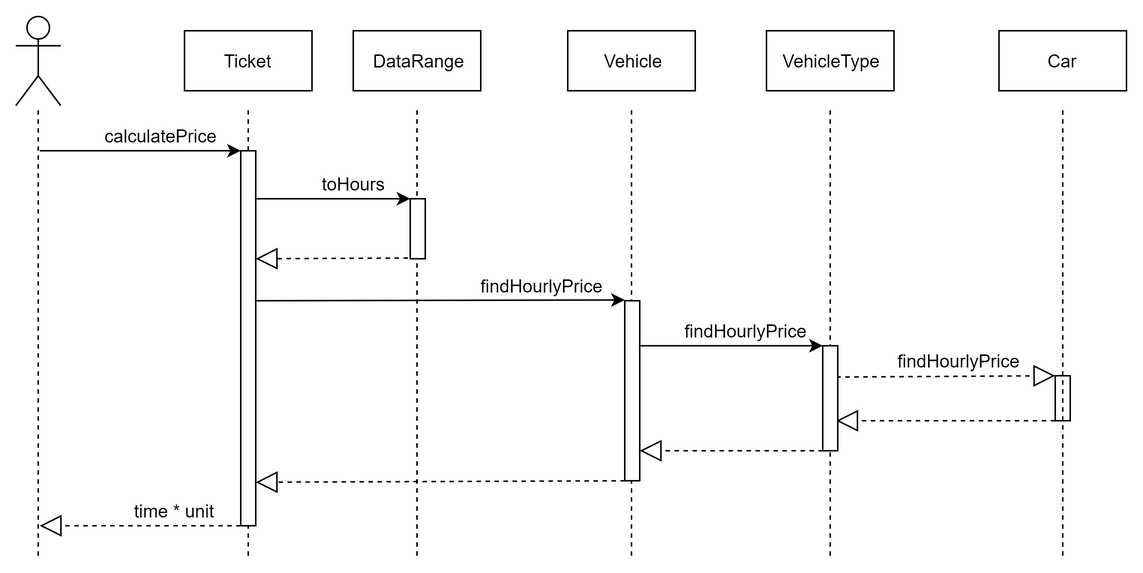
Above: Διάγραμμα Ακολουθίας της Μεθόδου calculatePrice της κλάσης Ticket.png in paraskevasleivadaros/SE-Exercise-3 (draw.io), before the change. Source tidied: cells renumbered, new cells last; positions are measured from the earlier drawing's top-left corner, leaving out a move shared by most shapes. Source of this version:
```xml
<mxGraphModel>
  <root>
    <mxCell id="0" />
    <mxCell id="1" parent="0" />
    <mxCell id="2" value="&lt;br&gt;&lt;br&gt;" style="shape=umlActor;verticalLabelPosition=bottom;labelBackgroundColor=#ffffff;verticalAlign=top;html=1;" parent="1" vertex="1">
      <mxGeometry width="30" height="60" as="geometry" />
    </mxCell>
    <mxCell id="3" style="endArrow=none;dashed=1;html=1;" parent="1" edge="1">
      <mxGeometry relative="1" as="geometry">
        <mxPoint x="15" y="360" as="sourcePoint" />
        <mxPoint x="15" y="60" as="targetPoint" />
      </mxGeometry>
    </mxCell>
    <mxCell id="4" style="endArrow=classic;html=1;" parent="1" edge="1">
      <mxGeometry relative="1" as="geometry">
        <mxPoint x="16" y="90" as="sourcePoint" />
        <mxPoint x="150" y="90" as="targetPoint" />
      </mxGeometry>
    </mxCell>
    <mxCell id="5" value="calculatePrice" style="text;html=1;strokeColor=none;fillColor=none;align=center;verticalAlign=middle;whiteSpace=wrap;rounded=0;" parent="1" vertex="1">
      <mxGeometry x="56" y="70" width="80" height="20" as="geometry" />
    </mxCell>
    <mxCell id="6" style="endArrow=block;dashed=1;endFill=0;endSize=12;html=1;" parent="1" edge="1">
      <mxGeometry relative="1" as="geometry">
        <mxPoint x="150" y="340" as="sourcePoint" />
        <mxPoint x="16" y="340" as="targetPoint" />
      </mxGeometry>
    </mxCell>
    <mxCell id="7" value=" time * unit" style="text;html=1;strokeColor=none;fillColor=none;align=center;verticalAlign=middle;whiteSpace=wrap;rounded=0;" parent="1" vertex="1">
      <mxGeometry x="76" y="320" width="60" height="20" as="geometry" />
    </mxCell>
    <mxCell id="8" style="endArrow=none;dashed=1;html=1;" parent="1" edge="1">
      <mxGeometry relative="1" as="geometry">
        <mxPoint x="155" y="360" as="sourcePoint" />
        <mxPoint x="155" y="60" as="targetPoint" />
      </mxGeometry>
    </mxCell>
    <mxCell id="9" style="html=1;points=[];perimeter=orthogonalPerimeter;" parent="1" vertex="1">
      <mxGeometry x="150" y="90" width="10" height="250" as="geometry" />
    </mxCell>
    <mxCell id="10" value="Ticket" style="rounded=0;whiteSpace=wrap;html=1;" parent="1" vertex="1">
      <mxGeometry x="112.5" y="10" width="85" height="40" as="geometry" />
    </mxCell>
    <mxCell id="11" style="endArrow=none;dashed=1;html=1;" parent="1" edge="1">
      <mxGeometry relative="1" as="geometry">
        <mxPoint x="267.5" y="360" as="sourcePoint" />
        <mxPoint x="267.5" y="60" as="targetPoint" />
      </mxGeometry>
    </mxCell>
    <mxCell id="12" value="DataRange" style="rounded=0;whiteSpace=wrap;html=1;" parent="1" vertex="1">
      <mxGeometry x="225" y="10" width="85" height="40" as="geometry" />
    </mxCell>
    <mxCell id="13" style="endArrow=classic;html=1;" parent="1" edge="1" source="9">
      <mxGeometry relative="1" as="geometry">
        <mxPoint x="263" y="122" as="targetPoint" />
      </mxGeometry>
    </mxCell>
    <mxCell id="14" value="toHours" style="text;html=1;strokeColor=none;fillColor=none;align=center;verticalAlign=middle;whiteSpace=wrap;rounded=0;" parent="1" vertex="1">
      <mxGeometry x="210" y="102" width="30" height="20" as="geometry" />
    </mxCell>
    <mxCell id="15" style="endArrow=none;dashed=1;html=1;" parent="1" edge="1">
      <mxGeometry relative="1" as="geometry">
        <mxPoint x="410.5" y="360" as="sourcePoint" />
        <mxPoint x="410.5" y="60" as="targetPoint" />
      </mxGeometry>
    </mxCell>
    <mxCell id="16" style="html=1;points=[];perimeter=orthogonalPerimeter;" parent="1" vertex="1">
      <mxGeometry x="406" y="190" width="10" height="120" as="geometry" />
    </mxCell>
    <mxCell id="17" value="Vehicle" style="rounded=0;whiteSpace=wrap;html=1;" parent="1" vertex="1">
      <mxGeometry x="368" y="10" width="85" height="40" as="geometry" />
    </mxCell>
    <mxCell id="18" value="findHourlyPrice" style="text;html=1;strokeColor=none;fillColor=none;align=center;verticalAlign=middle;whiteSpace=wrap;rounded=0;" parent="1" vertex="1">
      <mxGeometry x="301" y="170" width="100" height="20" as="geometry" />
    </mxCell>
    <mxCell id="19" style="endArrow=classic;html=1;exitX=0.96;exitY=0.399;exitDx=0;exitDy=0;exitPerimeter=0;" parent="1" edge="1" source="9">
      <mxGeometry relative="1" as="geometry">
        <mxPoint x="406" y="189.5" as="targetPoint" />
      </mxGeometry>
    </mxCell>
    <mxCell id="20" style="endArrow=block;dashed=1;endFill=0;endSize=12;html=1;" parent="1" edge="1">
      <mxGeometry relative="1" as="geometry">
        <mxPoint x="267.5" y="161.5" as="sourcePoint" />
        <mxPoint x="160" y="162" as="targetPoint" />
      </mxGeometry>
    </mxCell>
    <mxCell id="21" style="endArrow=block;dashed=1;endFill=0;endSize=12;html=1;exitX=0.6;exitY=1;exitDx=0;exitDy=0;exitPerimeter=0;" parent="1" edge="1" source="16">
      <mxGeometry relative="1" as="geometry">
        <mxPoint x="160" y="311" as="targetPoint" />
      </mxGeometry>
    </mxCell>
    <mxCell id="22" value="findHourlyPrice" style="text;html=1;strokeColor=none;fillColor=none;align=center;verticalAlign=middle;whiteSpace=wrap;rounded=0;" parent="1" vertex="1">
      <mxGeometry x="437" y="199.5" width="100" height="20" as="geometry" />
    </mxCell>
    <mxCell id="23" style="endArrow=classic;html=1;" parent="1" edge="1">
      <mxGeometry relative="1" as="geometry">
        <mxPoint x="416" y="220" as="sourcePoint" />
        <mxPoint x="538" y="220" as="targetPoint" />
      </mxGeometry>
    </mxCell>
    <mxCell id="24" style="endArrow=block;dashed=1;endFill=0;endSize=12;html=1;exitX=0.6;exitY=1;exitDx=0;exitDy=0;exitPerimeter=0;" parent="1" edge="1" source="34">
      <mxGeometry relative="1" as="geometry">
        <mxPoint x="416" y="290" as="targetPoint" />
      </mxGeometry>
    </mxCell>
    <mxCell id="25" style="endArrow=none;dashed=1;html=1;" parent="1" edge="1">
      <mxGeometry relative="1" as="geometry">
        <mxPoint x="543" y="360" as="sourcePoint" />
        <mxPoint x="543" y="60" as="targetPoint" />
      </mxGeometry>
    </mxCell>
    <mxCell id="26" value="VehicleType" style="rounded=0;whiteSpace=wrap;html=1;" parent="1" vertex="1">
      <mxGeometry x="500.5" y="10" width="85" height="40" as="geometry" />
    </mxCell>
    <mxCell id="27" style="html=1;points=[];perimeter=orthogonalPerimeter;" parent="1" vertex="1">
      <mxGeometry x="693" y="240" width="10" height="30" as="geometry" />
    </mxCell>
    <mxCell id="28" value="findHourlyPrice" style="text;html=1;strokeColor=none;fillColor=none;align=center;verticalAlign=middle;whiteSpace=wrap;rounded=0;" parent="1" vertex="1">
      <mxGeometry x="584" y="220" width="90" height="20" as="geometry" />
    </mxCell>
    <mxCell id="29" style="endArrow=block;dashed=1;endFill=0;endSize=12;html=1;exitX=0.6;exitY=1;exitDx=0;exitDy=0;exitPerimeter=0;entryX=0.9;entryY=0.714;entryDx=0;entryDy=0;entryPerimeter=0;" parent="1" edge="1" source="27" target="34">
      <mxGeometry relative="1" as="geometry" />
    </mxCell>
    <mxCell id="30" style="endArrow=none;dashed=1;html=1;" parent="1" edge="1">
      <mxGeometry relative="1" as="geometry">
        <mxPoint x="698" y="360" as="sourcePoint" />
        <mxPoint x="698" y="60" as="targetPoint" />
      </mxGeometry>
    </mxCell>
    <mxCell id="31" value="Car" style="rounded=0;whiteSpace=wrap;html=1;" parent="1" vertex="1">
      <mxGeometry x="655.5" y="10" width="85" height="40" as="geometry" />
    </mxCell>
    <mxCell id="32" style="endArrow=block;dashed=1;endFill=0;endSize=12;html=1;exitX=0.9;exitY=0.3;exitDx=0;exitDy=0;exitPerimeter=0;" parent="1" edge="1" source="34">
      <mxGeometry relative="1" as="geometry">
        <mxPoint x="693" y="240" as="targetPoint" />
      </mxGeometry>
    </mxCell>
    <mxCell id="33" style="html=1;perimeter=orthogonalPerimeter;" parent="1" vertex="1">
      <mxGeometry x="263" y="122" width="10" height="40" as="geometry" />
    </mxCell>
    <mxCell id="34" style="html=1;points=[];perimeter=orthogonalPerimeter;" parent="1" vertex="1">
      <mxGeometry x="538" y="220" width="10" height="70" as="geometry" />
    </mxCell>
  </root>
</mxGraphModel>
```
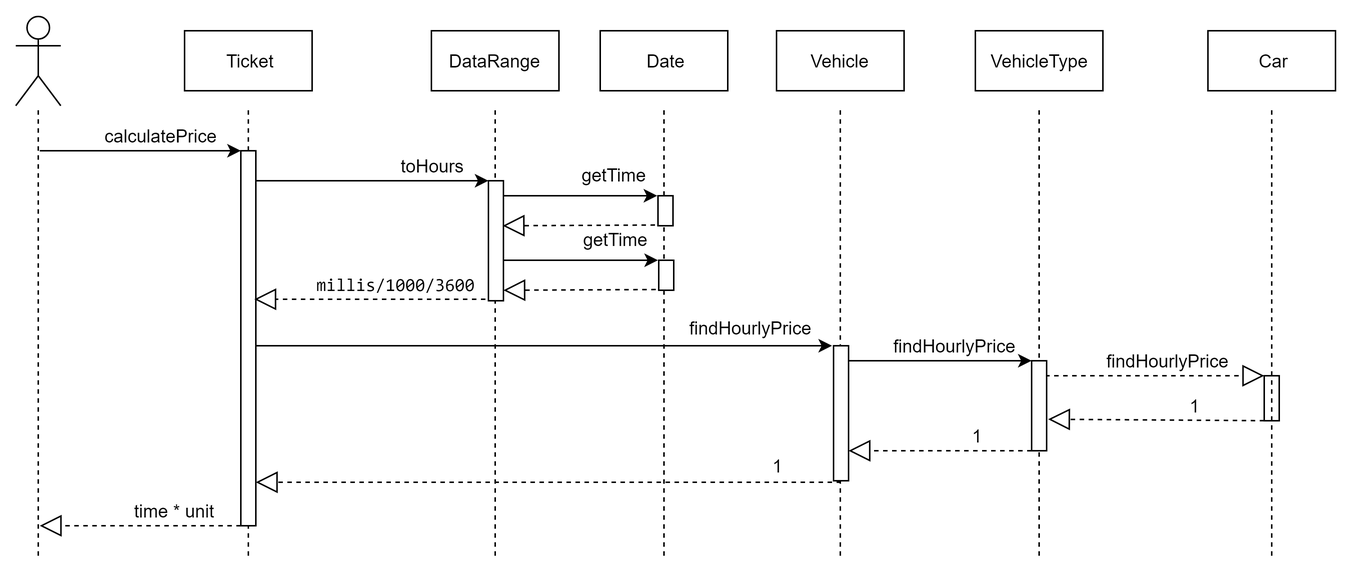
After the commit.

The edit, as a diff of the source:
```diff
@@ -43,103 +43,162 @@
     </mxCell>
     <mxCell id="11" style="endArrow=none;dashed=1;html=1;" parent="1" edge="1">
       <mxGeometry relative="1" as="geometry">
-        <mxPoint x="267.5" y="360" as="sourcePoint" />
-        <mxPoint x="267.5" y="60" as="targetPoint" />
+        <mxPoint x="319.5" y="360" as="sourcePoint" />
+        <mxPoint x="319.5" y="60" as="targetPoint" />
       </mxGeometry>
     </mxCell>
     <mxCell id="12" value="DataRange" style="rounded=0;whiteSpace=wrap;html=1;" parent="1" vertex="1">
-      <mxGeometry x="225" y="10" width="85" height="40" as="geometry" />
+      <mxGeometry x="277" y="10" width="85" height="40" as="geometry" />
     </mxCell>
-    <mxCell id="13" style="endArrow=classic;html=1;" parent="1" edge="1" source="9">
+    <mxCell id="13" style="endArrow=classic;html=1;" parent="1" edge="1">
       <mxGeometry relative="1" as="geometry">
-        <mxPoint x="263" y="122" as="targetPoint" />
+        <mxPoint x="160" y="110" as="sourcePoint" />
+        <mxPoint x="315" y="110" as="targetPoint" />
       </mxGeometry>
     </mxCell>
     <mxCell id="14" value="toHours" style="text;html=1;strokeColor=none;fillColor=none;align=center;verticalAlign=middle;whiteSpace=wrap;rounded=0;" parent="1" vertex="1">
-      <mxGeometry x="210" y="102" width="30" height="20" as="geometry" />
+      <mxGeometry x="253" y="90" width="48" height="20" as="geometry" />
     </mxCell>
     <mxCell id="15" style="endArrow=none;dashed=1;html=1;" parent="1" edge="1">
       <mxGeometry relative="1" as="geometry">
-        <mxPoint x="410.5" y="360" as="sourcePoint" />
-        <mxPoint x="410.5" y="60" as="targetPoint" />
+        <mxPoint x="549.5" y="360" as="sourcePoint" />
+        <mxPoint x="549.5" y="60" as="targetPoint" />
       </mxGeometry>
     </mxCell>
     <mxCell id="16" style="html=1;points=[];perimeter=orthogonalPerimeter;" parent="1" vertex="1">
-      <mxGeometry x="406" y="190" width="10" height="120" as="geometry" />
+      <mxGeometry x="545" y="220" width="10" height="90" as="geometry" />
     </mxCell>
     <mxCell id="17" value="Vehicle" style="rounded=0;whiteSpace=wrap;html=1;" parent="1" vertex="1">
-      <mxGeometry x="368" y="10" width="85" height="40" as="geometry" />
+      <mxGeometry x="507" y="10" width="85" height="40" as="geometry" />
     </mxCell>
     <mxCell id="18" value="findHourlyPrice" style="text;html=1;strokeColor=none;fillColor=none;align=center;verticalAlign=middle;whiteSpace=wrap;rounded=0;" parent="1" vertex="1">
-      <mxGeometry x="301" y="170" width="100" height="20" as="geometry" />
+      <mxGeometry x="440" y="198" width="100" height="20" as="geometry" />
     </mxCell>
-    <mxCell id="19" style="endArrow=classic;html=1;exitX=0.96;exitY=0.399;exitDx=0;exitDy=0;exitPerimeter=0;" parent="1" edge="1" source="9">
+    <mxCell id="19" style="endArrow=classic;html=1;" parent="1" edge="1">
       <mxGeometry relative="1" as="geometry">
-        <mxPoint x="406" y="189.5" as="targetPoint" />
+        <mxPoint x="160" y="220" as="sourcePoint" />
+        <mxPoint x="544" y="220" as="targetPoint" />
       </mxGeometry>
     </mxCell>
     <mxCell id="20" style="endArrow=block;dashed=1;endFill=0;endSize=12;html=1;" parent="1" edge="1">
       <mxGeometry relative="1" as="geometry">
-        <mxPoint x="267.5" y="161.5" as="sourcePoint" />
-        <mxPoint x="160" y="162" as="targetPoint" />
+        <mxPoint x="319" y="189" as="sourcePoint" />
+        <mxPoint x="159" y="189" as="targetPoint" />
       </mxGeometry>
     </mxCell>
-    <mxCell id="21" style="endArrow=block;dashed=1;endFill=0;endSize=12;html=1;exitX=0.6;exitY=1;exitDx=0;exitDy=0;exitPerimeter=0;" parent="1" edge="1" source="16">
+    <mxCell id="21" style="endArrow=block;dashed=1;endFill=0;endSize=12;html=1;exitX=0.5;exitY=1.008;exitDx=0;exitDy=0;exitPerimeter=0;" parent="1" edge="1" source="16">
       <mxGeometry relative="1" as="geometry">
         <mxPoint x="160" y="311" as="targetPoint" />
       </mxGeometry>
     </mxCell>
     <mxCell id="22" value="findHourlyPrice" style="text;html=1;strokeColor=none;fillColor=none;align=center;verticalAlign=middle;whiteSpace=wrap;rounded=0;" parent="1" vertex="1">
-      <mxGeometry x="437" y="199.5" width="100" height="20" as="geometry" />
+      <mxGeometry x="576" y="209.5" width="100" height="20" as="geometry" />
     </mxCell>
     <mxCell id="23" style="endArrow=classic;html=1;" parent="1" edge="1">
       <mxGeometry relative="1" as="geometry">
-        <mxPoint x="416" y="220" as="sourcePoint" />
-        <mxPoint x="538" y="220" as="targetPoint" />
+        <mxPoint x="555" y="230" as="sourcePoint" />
+        <mxPoint x="677" y="230" as="targetPoint" />
       </mxGeometry>
     </mxCell>
     <mxCell id="24" style="endArrow=block;dashed=1;endFill=0;endSize=12;html=1;exitX=0.6;exitY=1;exitDx=0;exitDy=0;exitPerimeter=0;" parent="1" edge="1" source="34">
       <mxGeometry relative="1" as="geometry">
-        <mxPoint x="416" y="290" as="targetPoint" />
+        <mxPoint x="555" y="290" as="targetPoint" />
       </mxGeometry>
     </mxCell>
     <mxCell id="25" style="endArrow=none;dashed=1;html=1;" parent="1" edge="1">
       <mxGeometry relative="1" as="geometry">
-        <mxPoint x="543" y="360" as="sourcePoint" />
-        <mxPoint x="543" y="60" as="targetPoint" />
+        <mxPoint x="682" y="360" as="sourcePoint" />
+        <mxPoint x="682" y="60" as="targetPoint" />
       </mxGeometry>
     </mxCell>
     <mxCell id="26" value="VehicleType" style="rounded=0;whiteSpace=wrap;html=1;" parent="1" vertex="1">
-      <mxGeometry x="500.5" y="10" width="85" height="40" as="geometry" />
+      <mxGeometry x="639.5" y="10" width="85" height="40" as="geometry" />
     </mxCell>
     <mxCell id="27" style="html=1;points=[];perimeter=orthogonalPerimeter;" parent="1" vertex="1">
-      <mxGeometry x="693" y="240" width="10" height="30" as="geometry" />
+      <mxGeometry x="832" y="240" width="10" height="30" as="geometry" />
     </mxCell>
     <mxCell id="28" value="findHourlyPrice" style="text;html=1;strokeColor=none;fillColor=none;align=center;verticalAlign=middle;whiteSpace=wrap;rounded=0;" parent="1" vertex="1">
-      <mxGeometry x="584" y="220" width="90" height="20" as="geometry" />
+      <mxGeometry x="723" y="220" width="90" height="20" as="geometry" />
     </mxCell>
-    <mxCell id="29" style="endArrow=block;dashed=1;endFill=0;endSize=12;html=1;exitX=0.6;exitY=1;exitDx=0;exitDy=0;exitPerimeter=0;entryX=0.9;entryY=0.714;entryDx=0;entryDy=0;entryPerimeter=0;" parent="1" edge="1" source="27" target="34">
+    <mxCell id="29" style="endArrow=block;dashed=1;endFill=0;endSize=12;html=1;exitX=0.6;exitY=1;exitDx=0;exitDy=0;exitPerimeter=0;entryX=1.1;entryY=0.65;entryDx=0;entryDy=0;entryPerimeter=0;" parent="1" edge="1" source="27" target="34">
       <mxGeometry relative="1" as="geometry" />
     </mxCell>
     <mxCell id="30" style="endArrow=none;dashed=1;html=1;" parent="1" edge="1">
       <mxGeometry relative="1" as="geometry">
-        <mxPoint x="698" y="360" as="sourcePoint" />
-        <mxPoint x="698" y="60" as="targetPoint" />
+        <mxPoint x="837" y="360" as="sourcePoint" />
+        <mxPoint x="837" y="60" as="targetPoint" />
       </mxGeometry>
     </mxCell>
     <mxCell id="31" value="Car" style="rounded=0;whiteSpace=wrap;html=1;" parent="1" vertex="1">
-      <mxGeometry x="655.5" y="10" width="85" height="40" as="geometry" />
+      <mxGeometry x="794.5" y="10" width="85" height="40" as="geometry" />
     </mxCell>
-    <mxCell id="32" style="endArrow=block;dashed=1;endFill=0;endSize=12;html=1;exitX=0.9;exitY=0.3;exitDx=0;exitDy=0;exitPerimeter=0;" parent="1" edge="1" source="34">
+    <mxCell id="32" style="endArrow=block;dashed=1;endFill=0;endSize=12;html=1;exitX=0.9;exitY=0.167;exitDx=0;exitDy=0;exitPerimeter=0;" parent="1" edge="1" source="34">
       <mxGeometry relative="1" as="geometry">
-        <mxPoint x="693" y="240" as="targetPoint" />
+        <mxPoint x="832" y="240" as="targetPoint" />
       </mxGeometry>
     </mxCell>
     <mxCell id="33" style="html=1;perimeter=orthogonalPerimeter;" parent="1" vertex="1">
-      <mxGeometry x="263" y="122" width="10" height="40" as="geometry" />
+      <mxGeometry x="315" y="110" width="10" height="80" as="geometry" />
     </mxCell>
     <mxCell id="34" style="html=1;points=[];perimeter=orthogonalPerimeter;" parent="1" vertex="1">
-      <mxGeometry x="538" y="220" width="10" height="70" as="geometry" />
+      <mxGeometry x="677" y="230" width="10" height="60" as="geometry" />
     </mxCell>
+    <mxCell id="35" style="endArrow=none;dashed=1;html=1;" parent="1" edge="1">
+      <mxGeometry relative="1" as="geometry">
+        <mxPoint x="432" y="360" as="sourcePoint" />
+        <mxPoint x="432" y="60" as="targetPoint" />
+      </mxGeometry>
+    </mxCell>
+    <mxCell id="36" value="Date" style="rounded=0;whiteSpace=wrap;html=1;" parent="1" vertex="1">
+      <mxGeometry x="389.5" y="10" width="85" height="40" as="geometry" />
+    </mxCell>
+    <mxCell id="37" style="endArrow=classic;html=1;" parent="1" edge="1">
+      <mxGeometry relative="1" as="geometry">
+        <mxPoint x="324.5" y="120" as="sourcePoint" />
+        <mxPoint x="427.5" y="120" as="targetPoint" />
+      </mxGeometry>
+    </mxCell>
+    <mxCell id="38" value="getTime" style="text;html=1;strokeColor=none;fillColor=none;align=center;verticalAlign=middle;whiteSpace=wrap;rounded=0;" parent="1" vertex="1">
+      <mxGeometry x="374" y="96" width="48" height="20" as="geometry" />
+    </mxCell>
+    <mxCell id="39" style="endArrow=block;dashed=1;endFill=0;endSize=12;html=1;" parent="1" edge="1">
+      <mxGeometry relative="1" as="geometry">
+        <mxPoint x="432" y="139.5" as="sourcePoint" />
+        <mxPoint x="324.5" y="140" as="targetPoint" />
+      </mxGeometry>
+    </mxCell>
+    <mxCell id="40" style="html=1;perimeter=orthogonalPerimeter;" parent="1" vertex="1">
+      <mxGeometry x="428" y="120" width="10" height="20" as="geometry" />
+    </mxCell>
+    <mxCell id="41" value="&lt;pre&gt;millis/&lt;span&gt;1000&lt;/span&gt;/&lt;span&gt;3600&lt;/span&gt;&lt;/pre&gt;" style="text;html=1;strokeColor=none;fillColor=none;align=center;verticalAlign=middle;whiteSpace=wrap;rounded=0;" parent="1" vertex="1">
+      <mxGeometry x="194.5" y="169" width="115" height="20" as="geometry" />
+    </mxCell>
+    <mxCell id="42" value="1" style="text;html=1;strokeColor=none;fillColor=none;align=center;verticalAlign=middle;whiteSpace=wrap;rounded=0;" parent="1" vertex="1">
+      <mxGeometry x="479" y="290" width="56" height="20" as="geometry" />
+    </mxCell>
+    <mxCell id="43" value="1" style="text;html=1;strokeColor=none;fillColor=none;align=center;verticalAlign=middle;whiteSpace=wrap;rounded=0;" parent="1" vertex="1">
+      <mxGeometry x="611.5" y="270" width="56" height="20" as="geometry" />
+    </mxCell>
+    <mxCell id="44" value="1" style="text;html=1;strokeColor=none;fillColor=none;align=center;verticalAlign=middle;whiteSpace=wrap;rounded=0;" parent="1" vertex="1">
+      <mxGeometry x="757" y="250" width="56" height="20" as="geometry" />
+    </mxCell>
+    <mxCell id="45" style="endArrow=classic;html=1;" parent="1" edge="1">
+      <mxGeometry relative="1" as="geometry">
+        <mxPoint x="325" y="163" as="sourcePoint" />
+        <mxPoint x="428" y="163" as="targetPoint" />
+      </mxGeometry>
+    </mxCell>
+    <mxCell id="46" value="getTime" style="text;html=1;strokeColor=none;fillColor=none;align=center;verticalAlign=middle;whiteSpace=wrap;rounded=0;" parent="1" vertex="1">
+      <mxGeometry x="374.5" y="139" width="48" height="20" as="geometry" />
+    </mxCell>
+    <mxCell id="47" style="endArrow=block;dashed=1;endFill=0;endSize=12;html=1;" parent="1" edge="1">
+      <mxGeometry relative="1" as="geometry">
+        <mxPoint x="432.5" y="182.5" as="sourcePoint" />
+        <mxPoint x="325" y="183" as="targetPoint" />
+      </mxGeometry>
+    </mxCell>
+    <mxCell id="48" style="html=1;perimeter=orthogonalPerimeter;" parent="1" vertex="1">
+      <mxGeometry x="428.5" y="163" width="10" height="20" as="geometry" />
+    </mxCell>
   </root>
 </mxGraphModel>
```
